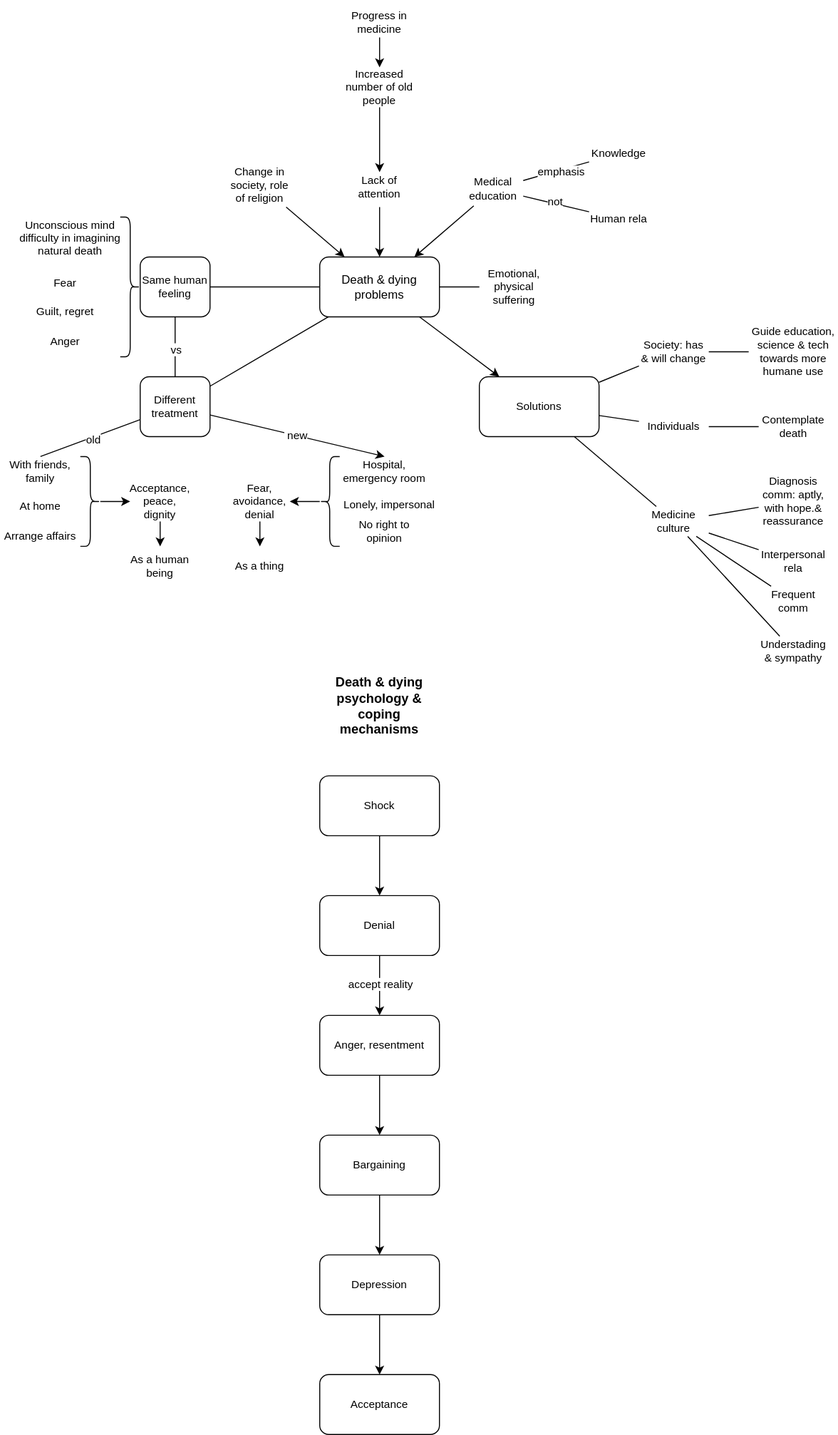
Before: psychology/resources/on-death-and-dying.drawio.svg, a diagram exported from draw.io (hungcq/knowledge-repo). Source tidied: cells renumbered, new cells last; positions are measured from the earlier drawing's top-left corner, leaving out a move shared by most shapes.
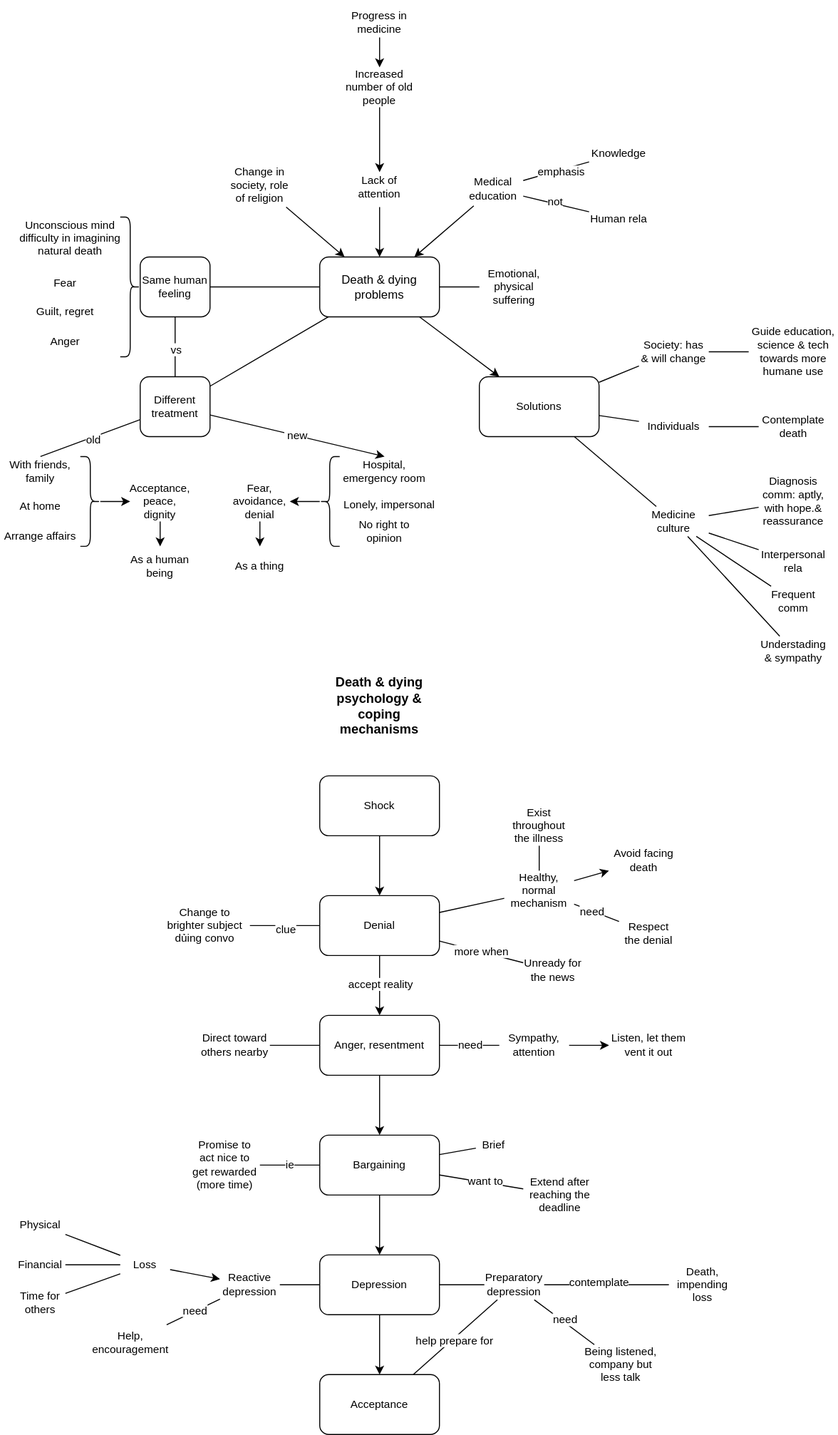
The same file after the commit.

What changed in the source:
```diff
@@ -234,29 +234,191 @@
     <mxCell id="77" value="accept reality" style="edgeLabel;html=1;align=center;verticalAlign=middle;fontSize=11;fontFamily=Helvetica;fontColor=default;" parent="76" vertex="1">
       <mxGeometry x="-0.07" relative="1" as="geometry" />
     </mxCell>
+    <mxCell id="86" style="rounded=0;jettySize=auto;html=1;endArrow=none;endFill=0;" parent="1" edge="1" source="78" target="104">
+      <mxGeometry relative="1" as="geometry" />
+    </mxCell>
+    <mxCell id="87" style="edgeStyle=none;shape=connector;rounded=0;jettySize=auto;html=1;labelBackgroundColor=default;strokeColor=default;align=center;verticalAlign=middle;fontFamily=Helvetica;fontSize=11;fontColor=default;endArrow=none;endFill=0;" parent="1" edge="1" source="78" target="107">
+      <mxGeometry relative="1" as="geometry" />
+    </mxCell>
+    <mxCell id="88" value="more when" style="edgeLabel;html=1;align=center;verticalAlign=middle;fontSize=11;fontFamily=Helvetica;fontColor=default;" parent="87" vertex="1">
+      <mxGeometry x="-0.01" y="1" relative="1" as="geometry" />
+    </mxCell>
+    <mxCell id="89" style="edgeStyle=none;shape=connector;rounded=0;jettySize=auto;html=1;labelBackgroundColor=default;strokeColor=default;align=center;verticalAlign=middle;fontFamily=Helvetica;fontSize=11;fontColor=default;endArrow=none;endFill=0;" parent="1" edge="1" source="78" target="109">
+      <mxGeometry relative="1" as="geometry" />
+    </mxCell>
+    <mxCell id="90" value="clue" style="edgeLabel;html=1;align=center;verticalAlign=middle;fontSize=11;fontFamily=Helvetica;fontColor=default;" parent="89" vertex="1">
+      <mxGeometry y="3" relative="1" as="geometry" />
+    </mxCell>
     <mxCell id="78" value="Denial" style="rounded=1;whiteSpace=wrap;html=1;fontFamily=Helvetica;fontSize=11;fontColor=default;" parent="1" vertex="1">
       <mxGeometry x="320" y="890" width="120" height="60" as="geometry" />
     </mxCell>
     <mxCell id="79" style="edgeStyle=none;shape=connector;rounded=0;jettySize=auto;html=1;labelBackgroundColor=default;strokeColor=default;align=center;verticalAlign=middle;fontFamily=Helvetica;fontSize=11;fontColor=default;endArrow=classic;endFill=1;" parent="1" edge="1" source="80" target="82">
       <mxGeometry relative="1" as="geometry" />
     </mxCell>
+    <mxCell id="91" style="edgeStyle=none;shape=connector;rounded=0;jettySize=auto;html=1;labelBackgroundColor=default;strokeColor=default;align=center;verticalAlign=middle;fontFamily=Helvetica;fontSize=11;fontColor=default;endArrow=none;endFill=0;" parent="1" edge="1" source="80" target="112">
+      <mxGeometry relative="1" as="geometry" />
+    </mxCell>
     <mxCell id="80" value="Anger, resentment" style="rounded=1;whiteSpace=wrap;html=1;fontFamily=Helvetica;fontSize=11;fontColor=default;" parent="1" vertex="1">
       <mxGeometry x="320" y="1010" width="120" height="60" as="geometry" />
     </mxCell>
     <mxCell id="81" style="edgeStyle=none;shape=connector;rounded=0;jettySize=auto;html=1;labelBackgroundColor=default;strokeColor=default;align=center;verticalAlign=middle;fontFamily=Helvetica;fontSize=11;fontColor=default;endArrow=classic;endFill=1;" parent="1" edge="1" source="82" target="84">
       <mxGeometry relative="1" as="geometry" />
     </mxCell>
+    <mxCell id="92" value="ie" style="edgeStyle=none;shape=connector;rounded=0;jettySize=auto;html=1;labelBackgroundColor=default;strokeColor=default;align=center;verticalAlign=middle;fontFamily=Helvetica;fontSize=11;fontColor=default;endArrow=none;endFill=0;" parent="1" edge="1" source="82" target="117">
+      <mxGeometry relative="1" as="geometry" />
+    </mxCell>
+    <mxCell id="93" style="edgeStyle=none;shape=connector;rounded=0;jettySize=auto;html=1;labelBackgroundColor=default;strokeColor=default;align=center;verticalAlign=middle;fontFamily=Helvetica;fontSize=11;fontColor=default;endArrow=none;endFill=0;" parent="1" edge="1" source="82" target="116">
+      <mxGeometry relative="1" as="geometry" />
+    </mxCell>
+    <mxCell id="94" style="edgeStyle=none;shape=connector;rounded=0;jettySize=auto;html=1;labelBackgroundColor=default;strokeColor=default;align=center;verticalAlign=middle;fontFamily=Helvetica;fontSize=11;fontColor=default;endArrow=none;endFill=0;" parent="1" edge="1" source="82" target="118">
+      <mxGeometry relative="1" as="geometry" />
+    </mxCell>
+    <mxCell id="95" value="want to" style="edgeLabel;html=1;align=center;verticalAlign=middle;fontSize=11;fontFamily=Helvetica;fontColor=default;" parent="94" vertex="1">
+      <mxGeometry x="-0.18" relative="1" as="geometry">
+        <mxPoint x="11" as="offset" />
+      </mxGeometry>
+    </mxCell>
     <mxCell id="82" value="Bargaining" style="rounded=1;whiteSpace=wrap;html=1;fontFamily=Helvetica;fontSize=11;fontColor=default;" parent="1" vertex="1">
       <mxGeometry x="320" y="1130" width="120" height="60" as="geometry" />
     </mxCell>
     <mxCell id="83" style="edgeStyle=none;shape=connector;rounded=0;jettySize=auto;html=1;labelBackgroundColor=default;strokeColor=default;align=center;verticalAlign=middle;fontFamily=Helvetica;fontSize=11;fontColor=default;endArrow=classic;endFill=1;" parent="1" edge="1" source="84" target="85">
       <mxGeometry relative="1" as="geometry" />
     </mxCell>
+    <mxCell id="96" style="edgeStyle=none;shape=connector;rounded=0;jettySize=auto;html=1;labelBackgroundColor=default;strokeColor=default;align=center;verticalAlign=middle;fontFamily=Helvetica;fontSize=11;fontColor=default;endArrow=none;endFill=0;" parent="1" edge="1" source="124" target="119">
+      <mxGeometry relative="1" as="geometry" />
+    </mxCell>
+    <mxCell id="97" value="need" style="edgeLabel;html=1;align=center;verticalAlign=middle;fontSize=11;fontFamily=Helvetica;fontColor=default;" parent="96" vertex="1">
+      <mxGeometry x="-0.04" y="2" relative="1" as="geometry" />
+    </mxCell>
+    <mxCell id="98" style="edgeStyle=none;shape=connector;rounded=0;jettySize=auto;html=1;labelBackgroundColor=default;strokeColor=default;align=center;verticalAlign=middle;fontFamily=Helvetica;fontSize=11;fontColor=default;endArrow=none;endFill=0;" parent="1" edge="1" source="84" target="124">
+      <mxGeometry relative="1" as="geometry" />
+    </mxCell>
+    <mxCell id="99" style="edgeStyle=none;shape=connector;rounded=0;jettySize=auto;html=1;labelBackgroundColor=default;strokeColor=default;align=center;verticalAlign=middle;fontFamily=Helvetica;fontSize=11;fontColor=default;endArrow=none;endFill=0;" parent="1" edge="1" source="84" target="127">
+      <mxGeometry relative="1" as="geometry" />
+    </mxCell>
     <mxCell id="84" value="Depression" style="rounded=1;whiteSpace=wrap;html=1;fontFamily=Helvetica;fontSize=11;fontColor=default;" parent="1" vertex="1">
       <mxGeometry x="320" y="1250" width="120" height="60" as="geometry" />
     </mxCell>
     <mxCell id="85" value="Acceptance" style="rounded=1;whiteSpace=wrap;html=1;fontFamily=Helvetica;fontSize=11;fontColor=default;" parent="1" vertex="1">
       <mxGeometry x="320" y="1370" width="120" height="60" as="geometry" />
     </mxCell>
+    <mxCell id="100" style="rounded=0;jettySize=auto;html=1;endArrow=none;endFill=0;" parent="1" edge="1" source="104" target="105">
+      <mxGeometry relative="1" as="geometry" />
+    </mxCell>
+    <mxCell id="101" value="need" style="edgeLabel;html=1;align=center;verticalAlign=middle;fontSize=11;fontFamily=Helvetica;fontColor=default;" parent="100" vertex="1">
+      <mxGeometry x="-0.2" relative="1" as="geometry" />
+    </mxCell>
+    <mxCell id="102" style="edgeStyle=none;shape=connector;rounded=0;jettySize=auto;html=1;labelBackgroundColor=default;strokeColor=default;align=center;verticalAlign=middle;fontFamily=Helvetica;fontSize=11;fontColor=default;endArrow=none;endFill=0;" parent="1" edge="1" source="104" target="106">
+      <mxGeometry relative="1" as="geometry" />
+    </mxCell>
+    <mxCell id="103" style="edgeStyle=none;shape=connector;rounded=0;jettySize=auto;html=1;labelBackgroundColor=default;strokeColor=default;align=center;verticalAlign=middle;fontFamily=Helvetica;fontSize=11;fontColor=default;endArrow=classic;endFill=1;" parent="1" edge="1" source="104" target="108">
+      <mxGeometry relative="1" as="geometry" />
+    </mxCell>
+    <mxCell id="104" value="Healthy, normal mechanism" style="text;html=1;strokeColor=none;fillColor=none;align=center;verticalAlign=middle;whiteSpace=wrap;rounded=0;fontSize=11;" parent="1" vertex="1">
+      <mxGeometry x="505" y="865" width="70" height="40" as="geometry" />
+    </mxCell>
+    <mxCell id="105" value="Respect the denial" style="text;html=1;strokeColor=none;fillColor=none;align=center;verticalAlign=middle;whiteSpace=wrap;rounded=0;fontSize=11;" parent="1" vertex="1">
+      <mxGeometry x="620" y="912.5" width="60" height="30" as="geometry" />
+    </mxCell>
+    <mxCell id="106" value="Exist throughout the illness" style="text;html=1;strokeColor=none;fillColor=none;align=center;verticalAlign=middle;whiteSpace=wrap;rounded=0;fontSize=11;" parent="1" vertex="1">
+      <mxGeometry x="505" y="800" width="70" height="40" as="geometry" />
+    </mxCell>
+    <mxCell id="107" value="Unready for the news" style="text;html=1;strokeColor=none;fillColor=none;align=center;verticalAlign=middle;whiteSpace=wrap;rounded=0;fontSize=11;fontFamily=Helvetica;fontColor=default;" parent="1" vertex="1">
+      <mxGeometry x="524" y="950" width="60" height="30" as="geometry" />
+    </mxCell>
+    <mxCell id="108" value="Avoid facing death" style="text;html=1;strokeColor=none;fillColor=none;align=center;verticalAlign=middle;whiteSpace=wrap;rounded=0;fontSize=11;" parent="1" vertex="1">
+      <mxGeometry x="610" y="840" width="70" height="30" as="geometry" />
+    </mxCell>
+    <mxCell id="109" value="Change to brighter subject dủing convo" style="text;html=1;strokeColor=none;fillColor=none;align=center;verticalAlign=middle;whiteSpace=wrap;rounded=0;fontSize=11;fontFamily=Helvetica;fontColor=default;" parent="1" vertex="1">
+      <mxGeometry x="160" y="897.5" width="90" height="45" as="geometry" />
+    </mxCell>
+    <mxCell id="110" style="edgeStyle=none;shape=connector;rounded=0;jettySize=auto;html=1;labelBackgroundColor=default;strokeColor=default;align=center;verticalAlign=middle;fontFamily=Helvetica;fontSize=11;fontColor=default;endArrow=none;endFill=0;" parent="1" edge="1" source="80" target="114">
+      <mxGeometry relative="1" as="geometry" />
+    </mxCell>
+    <mxCell id="111" value="need" style="edgeLabel;html=1;align=center;verticalAlign=middle;fontSize=11;fontFamily=Helvetica;fontColor=default;" parent="110" vertex="1">
+      <mxGeometry y="1" relative="1" as="geometry" />
+    </mxCell>
+    <mxCell id="112" value="Direct toward others nearby" style="text;html=1;strokeColor=none;fillColor=none;align=center;verticalAlign=middle;whiteSpace=wrap;rounded=0;fontSize=11;fontFamily=Helvetica;fontColor=default;" parent="1" vertex="1">
+      <mxGeometry x="200" y="1022.5" width="70" height="35" as="geometry" />
+    </mxCell>
+    <mxCell id="113" style="edgeStyle=none;shape=connector;rounded=0;jettySize=auto;html=1;labelBackgroundColor=default;strokeColor=default;align=center;verticalAlign=middle;fontFamily=Helvetica;fontSize=11;fontColor=default;endArrow=classic;endFill=1;" parent="1" edge="1" source="114" target="115">
+      <mxGeometry relative="1" as="geometry" />
+    </mxCell>
+    <mxCell id="114" value="Sympathy, attention" style="text;html=1;strokeColor=none;fillColor=none;align=center;verticalAlign=middle;whiteSpace=wrap;rounded=0;fontSize=11;fontFamily=Helvetica;fontColor=default;" parent="1" vertex="1">
+      <mxGeometry x="500" y="1022.5" width="70" height="35" as="geometry" />
+    </mxCell>
+    <mxCell id="115" value="Listen, let them vent it out" style="text;html=1;strokeColor=none;fillColor=none;align=center;verticalAlign=middle;whiteSpace=wrap;rounded=0;fontSize=11;fontFamily=Helvetica;fontColor=default;" parent="1" vertex="1">
+      <mxGeometry x="610" y="1020" width="80" height="40" as="geometry" />
+    </mxCell>
+    <mxCell id="116" value="Brief" style="text;html=1;strokeColor=none;fillColor=none;align=center;verticalAlign=middle;whiteSpace=wrap;rounded=0;fontSize=11;fontFamily=Helvetica;fontColor=default;" parent="1" vertex="1">
+      <mxGeometry x="476.5" y="1130" width="35" height="20" as="geometry" />
+    </mxCell>
+    <mxCell id="117" value="Promise to act nice to get rewarded (more time)" style="text;html=1;strokeColor=none;fillColor=none;align=center;verticalAlign=middle;whiteSpace=wrap;rounded=0;fontSize=11;fontFamily=Helvetica;fontColor=default;" parent="1" vertex="1">
+      <mxGeometry x="190" y="1130" width="70" height="60" as="geometry" />
+    </mxCell>
+    <mxCell id="118" value="Extend after reaching the deadline" style="text;html=1;strokeColor=none;fillColor=none;align=center;verticalAlign=middle;whiteSpace=wrap;rounded=0;fontSize=11;fontFamily=Helvetica;fontColor=default;" parent="1" vertex="1">
+      <mxGeometry x="524" y="1170" width="73.5" height="40" as="geometry" />
+    </mxCell>
+    <mxCell id="119" value="Being listened, company but&lt;br&gt;less talk" style="text;html=1;strokeColor=none;fillColor=none;align=center;verticalAlign=middle;whiteSpace=wrap;rounded=0;fontSize=11;fontFamily=Helvetica;fontColor=default;" parent="1" vertex="1">
+      <mxGeometry x="584" y="1340" width="76" height="40" as="geometry" />
+    </mxCell>
+    <mxCell id="120" style="edgeStyle=none;shape=connector;rounded=0;jettySize=auto;html=1;labelBackgroundColor=default;strokeColor=default;align=center;verticalAlign=middle;fontFamily=Helvetica;fontSize=11;fontColor=default;endArrow=none;endFill=0;" parent="1" edge="1" source="124" target="85">
+      <mxGeometry relative="1" as="geometry" />
+    </mxCell>
+    <mxCell id="121" value="help prepare for" style="edgeLabel;html=1;align=center;verticalAlign=middle;fontSize=11;fontFamily=Helvetica;fontColor=default;" parent="120" vertex="1">
+      <mxGeometry x="0.05" relative="1" as="geometry">
+        <mxPoint y="1" as="offset" />
+      </mxGeometry>
+    </mxCell>
+    <mxCell id="122" style="edgeStyle=none;shape=connector;rounded=0;jettySize=auto;html=1;labelBackgroundColor=default;strokeColor=default;align=center;verticalAlign=middle;fontFamily=Helvetica;fontSize=11;fontColor=default;endArrow=none;endFill=0;" parent="1" edge="1" source="124" target="137">
+      <mxGeometry relative="1" as="geometry" />
+    </mxCell>
+    <mxCell id="123" value="contemplate" style="edgeLabel;html=1;align=center;verticalAlign=middle;fontSize=11;fontFamily=Helvetica;fontColor=default;" parent="122" vertex="1">
+      <mxGeometry x="-0.15" y="3" relative="1" as="geometry">
+        <mxPoint x="1" as="offset" />
+      </mxGeometry>
+    </mxCell>
+    <mxCell id="124" value="Preparatory depression" style="text;html=1;strokeColor=none;fillColor=none;align=center;verticalAlign=middle;whiteSpace=wrap;rounded=0;fontSize=11;fontFamily=Helvetica;fontColor=default;" parent="1" vertex="1">
+      <mxGeometry x="485" y="1265" width="60" height="30" as="geometry" />
+    </mxCell>
+    <mxCell id="125" style="edgeStyle=none;shape=connector;rounded=0;jettySize=auto;html=1;labelBackgroundColor=default;strokeColor=default;align=center;verticalAlign=middle;fontFamily=Helvetica;fontSize=11;fontColor=default;endArrow=none;endFill=0;" parent="1" edge="1" source="127" target="128">
+      <mxGeometry relative="1" as="geometry" />
+    </mxCell>
+    <mxCell id="126" value="need" style="edgeLabel;html=1;align=center;verticalAlign=middle;fontSize=11;fontFamily=Helvetica;fontColor=default;" parent="125" vertex="1">
+      <mxGeometry x="-0.04" y="-1" relative="1" as="geometry" />
+    </mxCell>
+    <mxCell id="127" value="Reactive depression" style="text;html=1;strokeColor=none;fillColor=none;align=center;verticalAlign=middle;whiteSpace=wrap;rounded=0;fontSize=11;fontFamily=Helvetica;fontColor=default;" parent="1" vertex="1">
+      <mxGeometry x="220" y="1265" width="60" height="30" as="geometry" />
+    </mxCell>
+    <mxCell id="128" value="Help, encouragement" style="text;html=1;strokeColor=none;fillColor=none;align=center;verticalAlign=middle;whiteSpace=wrap;rounded=0;fontSize=11;fontFamily=Helvetica;fontColor=default;" parent="1" vertex="1">
+      <mxGeometry x="88.8" y="1320" width="82.5" height="35" as="geometry" />
+    </mxCell>
+    <mxCell id="129" style="edgeStyle=none;shape=connector;rounded=0;jettySize=auto;html=1;labelBackgroundColor=default;strokeColor=default;align=center;verticalAlign=middle;fontFamily=Helvetica;fontSize=11;fontColor=default;endArrow=classic;endFill=1;" parent="1" edge="1" source="130" target="127">
+      <mxGeometry relative="1" as="geometry" />
+    </mxCell>
+    <mxCell id="130" value="Loss" style="text;html=1;strokeColor=none;fillColor=none;align=center;verticalAlign=middle;whiteSpace=wrap;rounded=0;fontSize=11;fontFamily=Helvetica;fontColor=default;" parent="1" vertex="1">
+      <mxGeometry x="120" y="1250" width="50" height="20" as="geometry" />
+    </mxCell>
+    <mxCell id="131" style="edgeStyle=none;shape=connector;rounded=0;jettySize=auto;html=1;labelBackgroundColor=default;strokeColor=default;align=center;verticalAlign=middle;fontFamily=Helvetica;fontSize=11;fontColor=default;endArrow=none;endFill=0;" parent="1" edge="1" source="132" target="130">
+      <mxGeometry relative="1" as="geometry" />
+    </mxCell>
+    <mxCell id="132" value="Physical" style="text;html=1;strokeColor=none;fillColor=none;align=center;verticalAlign=middle;whiteSpace=wrap;rounded=0;fontSize=11;fontFamily=Helvetica;fontColor=default;" parent="1" vertex="1">
+      <mxGeometry x="15" y="1210" width="50" height="20" as="geometry" />
+    </mxCell>
+    <mxCell id="133" style="edgeStyle=none;shape=connector;rounded=0;jettySize=auto;html=1;labelBackgroundColor=default;strokeColor=default;align=center;verticalAlign=middle;fontFamily=Helvetica;fontSize=11;fontColor=default;endArrow=none;endFill=0;" parent="1" edge="1" source="134" target="130">
+      <mxGeometry relative="1" as="geometry" />
+    </mxCell>
+    <mxCell id="134" value="Financial" style="text;html=1;strokeColor=none;fillColor=none;align=center;verticalAlign=middle;whiteSpace=wrap;rounded=0;fontSize=11;fontFamily=Helvetica;fontColor=default;" parent="1" vertex="1">
+      <mxGeometry x="15" y="1250" width="50" height="20" as="geometry" />
+    </mxCell>
+    <mxCell id="135" style="edgeStyle=none;shape=connector;rounded=0;jettySize=auto;html=1;labelBackgroundColor=default;strokeColor=default;align=center;verticalAlign=middle;fontFamily=Helvetica;fontSize=11;fontColor=default;endArrow=none;endFill=0;" parent="1" edge="1" source="136" target="130">
+      <mxGeometry relative="1" as="geometry" />
+    </mxCell>
+    <mxCell id="136" value="Time for others" style="text;html=1;strokeColor=none;fillColor=none;align=center;verticalAlign=middle;whiteSpace=wrap;rounded=0;fontSize=11;fontFamily=Helvetica;fontColor=default;" parent="1" vertex="1">
+      <mxGeometry x="15" y="1285" width="50" height="25" as="geometry" />
+    </mxCell>
+    <mxCell id="137" value="Death, impending loss" style="text;html=1;strokeColor=none;fillColor=none;align=center;verticalAlign=middle;whiteSpace=wrap;rounded=0;fontSize=11;fontFamily=Helvetica;fontColor=default;" parent="1" vertex="1">
+      <mxGeometry x="670" y="1262.5" width="68" height="35" as="geometry" />
+    </mxCell>
   </root>
 </mxGraphModel>
```
